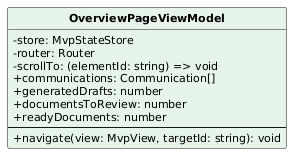
aLittleByte-19/Documentazione keeps this PlantUML diagram as PB/Specifica Tecnica/ImmaginiSpecificaTecnica/ClassiSingoleFrontend/OverviewPageViewModel.png. Above is the earlier version.
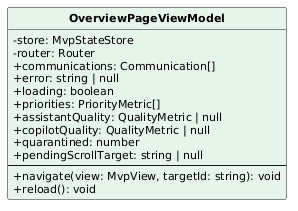
The same file after the commit.

Change to the diagram source:
```diff
@@ -8,12 +8,16 @@
 class OverviewPageViewModel #E6F4EA {
   -store: MvpStateStore
   -router: Router
-  -scrollTo: (elementId: string) => void
   +communications: Communication[]
-  +generatedDrafts: number
-  +documentsToReview: number
-  +readyDocuments: number
+  +error: string | null
+  +loading: boolean
+  +priorities: PriorityMetric[]
+  +assistantQuality: QualityMetric | null
+  +copilotQuality: QualityMetric | null
+  +quarantined: number
+  +pendingScrollTarget: string | null
   --
   +navigate(view: MvpView, targetId: string): void
+  +reload(): void
 }
 @enduml
```
